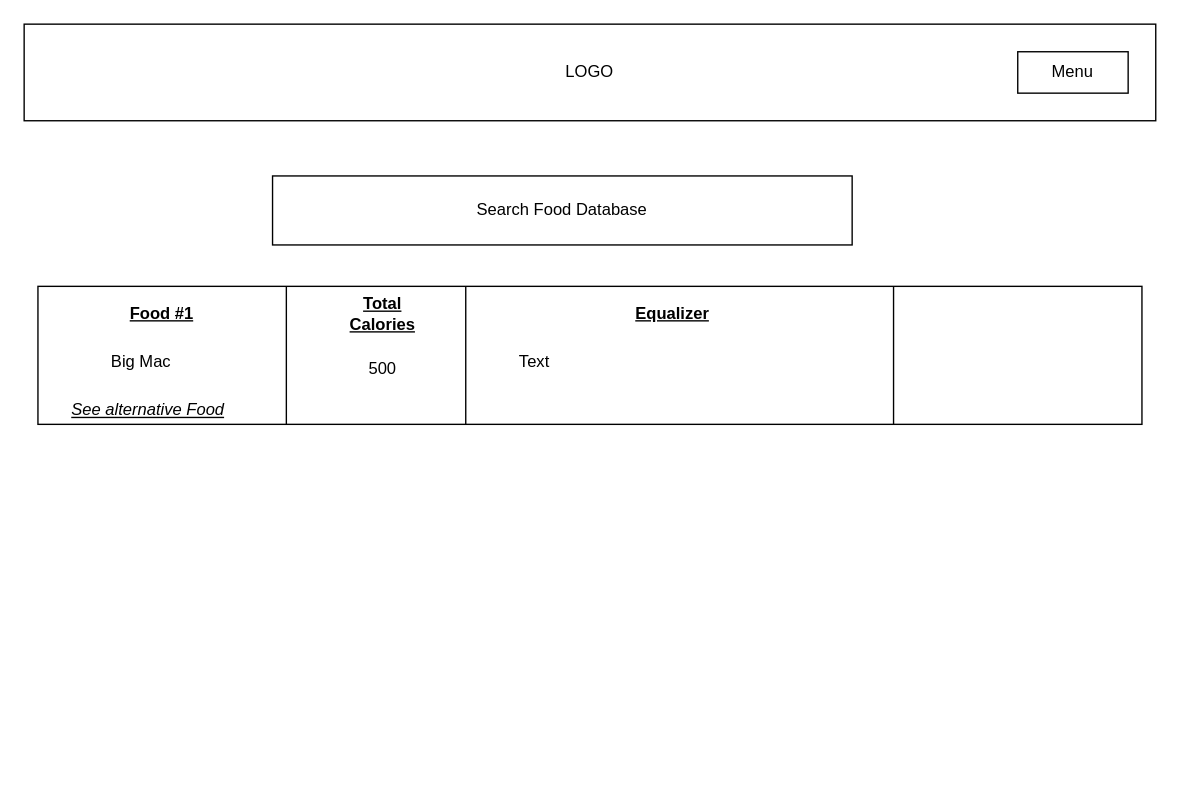
Above: Untitled Diagram.drawio in haydavid23/TheGreatEqualizer (draw.io), before the change. Source tidied: cells renumbered, new cells numbered last; positions are measured from the earlier drawing's top-left corner, leaving out a move shared by most shapes. Both pictures are drawn from the tidied source at 138%, with x=0, y=0 at pixel (23, 23).
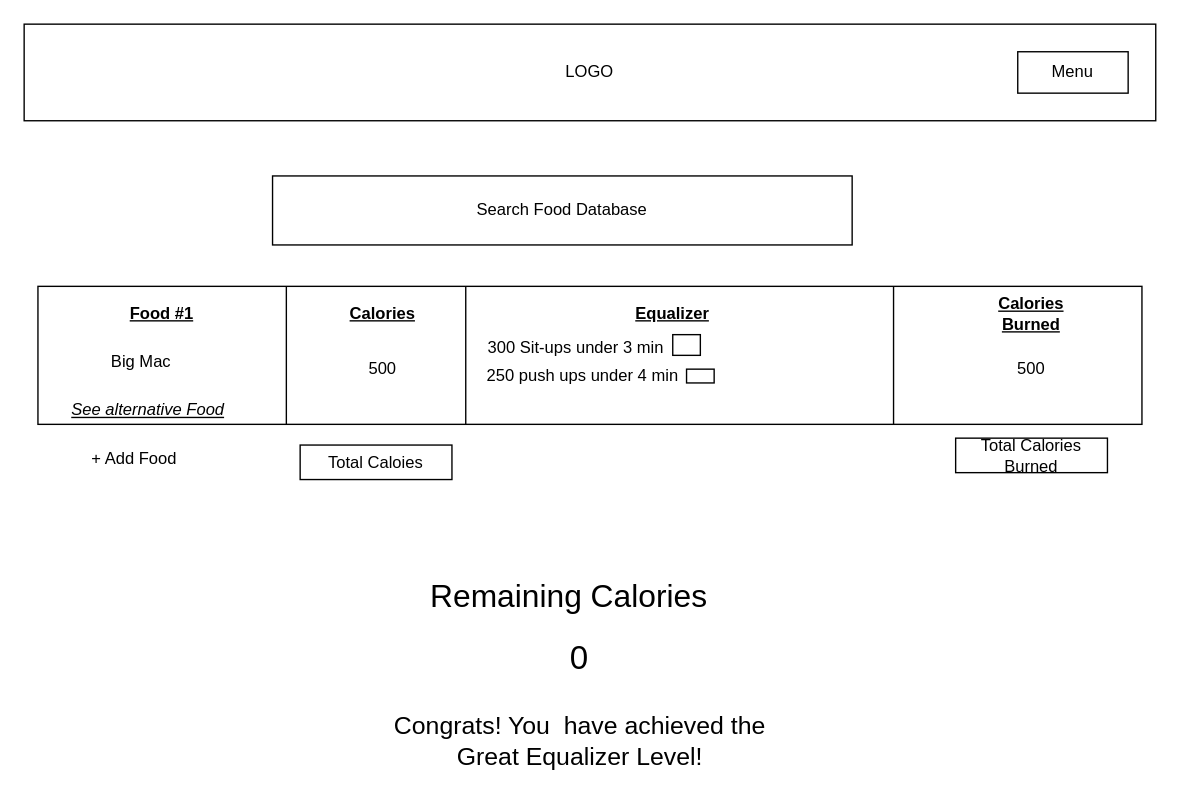
After the change.

Diff of the diagram source:
```diff
@@
-    <mxCell id="9" value="Total Calories" style="text;html=1;strokeColor=none;fillColor=none;align=center;verticalAlign=middle;whiteSpace=wrap;rounded=0;fontStyle=5;" parent="1" vertex="1">
+    <mxCell id="9" value="Calories" style="text;html=1;strokeColor=none;fillColor=none;align=center;verticalAlign=middle;whiteSpace=wrap;rounded=0;fontStyle=5;" parent="1" vertex="1">
       <mxGeometry x="240" y="200" width="40" height="20" as="geometry" />
     </mxCell>
@@
-    <mxCell id="15" value="Text" style="text;html=1;strokeColor=none;fillColor=none;align=center;verticalAlign=middle;whiteSpace=wrap;rounded=0;" parent="1" vertex="1">
-      <mxGeometry x="350" y="235" width="40" height="20" as="geometry" />
+    <mxCell id="15" value="300 Sit-ups under 3 min" style="text;html=1;strokeColor=none;fillColor=none;align=center;verticalAlign=middle;whiteSpace=wrap;rounded=0;" parent="1" vertex="1">
+      <mxGeometry x="330" y="225" width="140" height="20" as="geometry" />
     </mxCell>
+    <mxCell id="16" value="250 push ups under 4 min" style="text;html=1;strokeColor=none;fillColor=none;align=center;verticalAlign=middle;whiteSpace=wrap;rounded=0;" parent="1" vertex="1">
+      <mxGeometry x="330" y="245" width="150" height="20" as="geometry" />
+    </mxCell>
+    <mxCell id="17" style="rounded=0;whiteSpace=wrap;html=1;" parent="1" vertex="1">
+      <mxGeometry x="470" y="225" width="20" height="15" as="geometry" />
+    </mxCell>
+    <mxCell id="18" style="rounded=0;whiteSpace=wrap;html=1;" parent="1" vertex="1">
+      <mxGeometry x="480" y="250" width="20" height="10" as="geometry" />
+    </mxCell>
+    <mxCell id="19" value="Calories Burned" style="text;html=1;strokeColor=none;fillColor=none;align=center;verticalAlign=middle;whiteSpace=wrap;rounded=0;fontStyle=5;" parent="1" vertex="1">
+      <mxGeometry x="710" y="200" width="40" height="20" as="geometry" />
+    </mxCell>
+    <mxCell id="20" value="500" style="text;html=1;strokeColor=none;fillColor=none;align=center;verticalAlign=middle;whiteSpace=wrap;rounded=0;" parent="1" vertex="1">
+      <mxGeometry x="710" y="240" width="40" height="20" as="geometry" />
+    </mxCell>
+    <mxCell id="21" value="+ Add Food" style="text;html=1;strokeColor=none;fillColor=none;align=center;verticalAlign=middle;whiteSpace=wrap;rounded=0;" parent="1" vertex="1">
+      <mxGeometry x="30" y="305" width="100" height="20" as="geometry" />
+    </mxCell>
+    <mxCell id="22" value="Total Caloies" style="rounded=0;whiteSpace=wrap;html=1;" parent="1" vertex="1">
+      <mxGeometry x="200" y="305" width="110" height="25" as="geometry" />
+    </mxCell>
+    <mxCell id="23" value="Total Calories Burned" style="rounded=0;whiteSpace=wrap;html=1;" parent="1" vertex="1">
+      <mxGeometry x="675" y="300" width="110" height="25" as="geometry" />
+    </mxCell>
+    <mxCell id="24" value="Remaining Calories" style="text;html=1;strokeColor=none;fillColor=none;align=center;verticalAlign=middle;whiteSpace=wrap;rounded=0;fontSize=23;" parent="1" vertex="1">
+      <mxGeometry x="255" y="390" width="280" height="50" as="geometry" />
+    </mxCell>
+    <mxCell id="25" value="&lt;font style=&quot;font-size: 24px&quot;&gt;0&lt;/font&gt;" style="text;html=1;strokeColor=none;fillColor=none;align=center;verticalAlign=middle;whiteSpace=wrap;rounded=0;fontSize=23;" parent="1" vertex="1">
+      <mxGeometry x="355" y="410" width="95" height="100" as="geometry" />
+    </mxCell>
+    <mxCell id="26" value="Congrats! You&amp;nbsp; have achieved the Great Equalizer Level!" style="text;html=1;strokeColor=none;fillColor=none;align=center;verticalAlign=middle;whiteSpace=wrap;rounded=0;fontSize=18;" parent="1" vertex="1">
+      <mxGeometry x="257.5" y="510" width="290" height="20" as="geometry" />
+    </mxCell>
```
